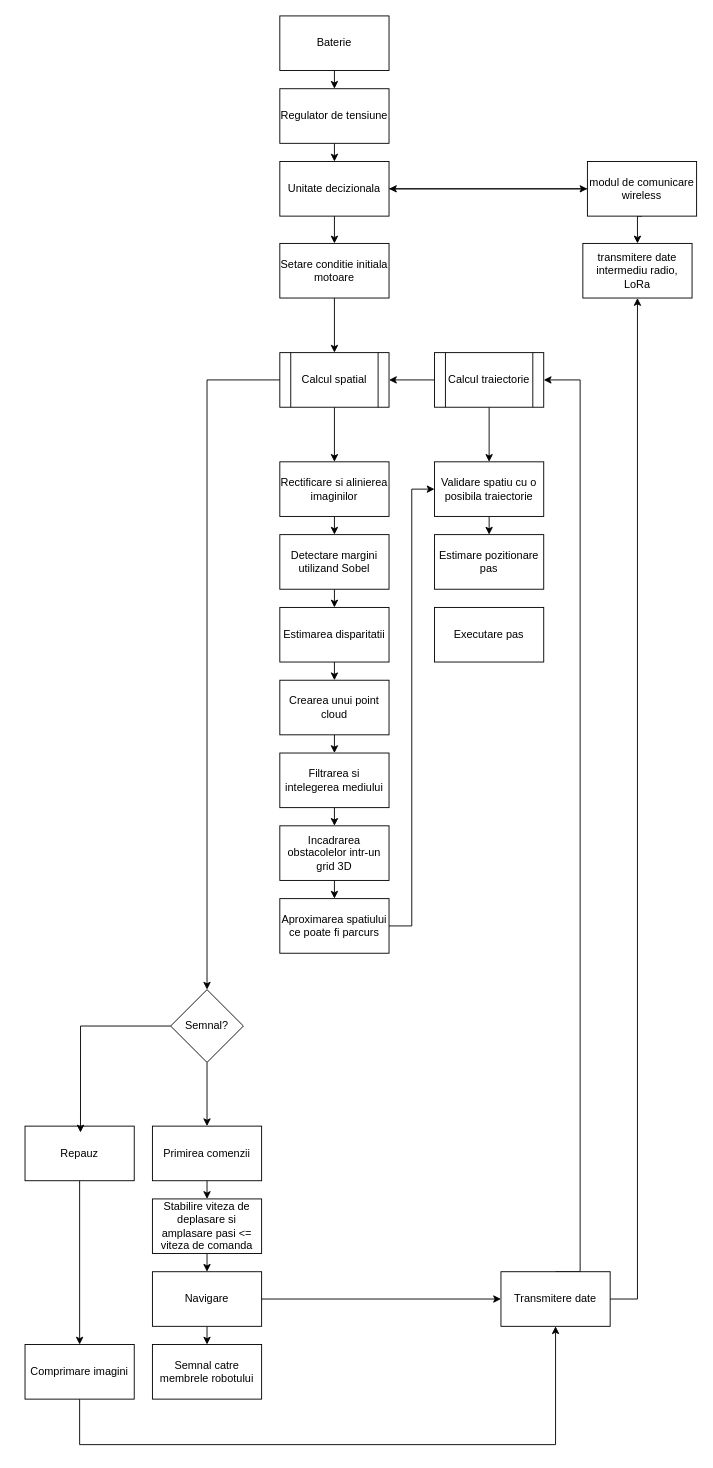
Before: schema-concept.drawio in PumpKPie/quadruped-development, a draw.io diagram. Source tidied: cells renumbered, new cells numbered last; positions are measured from the earlier drawing's top-left corner, leaving out a move shared by most shapes. Both pictures are drawn from the tidied source at 91%, with x=0, y=0 at pixel (25, 15).
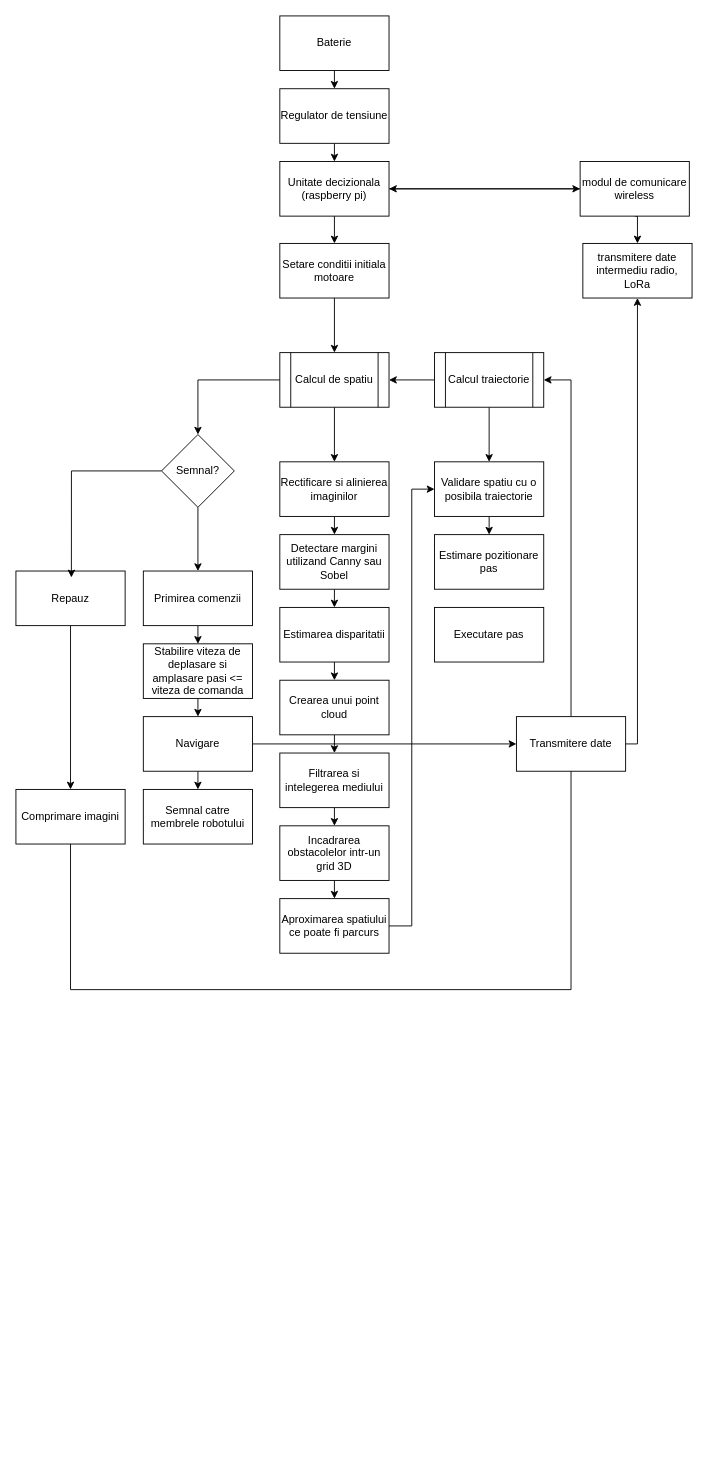
The same diagram, later.

The change refers to these unchanged cells:
```xml
<mxCell id="39" value="transmitere date intermediu radio, LoRa" style="rounded=0;whiteSpace=wrap;html=1;" parent="1" vertex="1">
  <mxGeometry x="613" y="250" width="120" height="60" as="geometry" />
</mxCell>
<mxCell id="49" value="Calcul traiectorie" style="shape=process;whiteSpace=wrap;html=1;backgroundOutline=1;" parent="1" vertex="1">
  <mxGeometry x="450" y="370" width="120" height="60" as="geometry" />
</mxCell>
```

The edit, as a diff of the source:
```diff
@@
-    <mxCell id="4" value="Unitate decizionala" style="rounded=0;whiteSpace=wrap;html=1;" parent="1" vertex="1">
+    <mxCell id="4" value="Unitate decizionala (raspberry pi)" style="rounded=0;whiteSpace=wrap;html=1;" parent="1" vertex="1">
       <mxGeometry x="280" y="160" width="120" height="60" as="geometry" />
     </mxCell>
@@
-    <mxCell id="8" value="Detectare margini utilizand Sobel" style="rounded=0;whiteSpace=wrap;html=1;" parent="1" vertex="1">
+    <mxCell id="8" value="Detectare margini utilizand Canny sau Sobel" style="rounded=0;whiteSpace=wrap;html=1;" parent="1" vertex="1">
       <mxGeometry x="280" y="570" width="120" height="60" as="geometry" />
     </mxCell>
@@
     <mxCell id="20" value="Primirea comenzii" style="rounded=0;whiteSpace=wrap;html=1;" parent="1" vertex="1">
-      <mxGeometry x="140" y="1220" width="120" height="60" as="geometry" />
+      <mxGeometry x="130" y="610" width="120" height="60" as="geometry" />
     </mxCell>
@@
     <mxCell id="22" style="edgeStyle=orthogonalEdgeStyle;rounded=0;jettySize=auto;html=1;exitX=1;exitY=0.5;exitDx=0;exitDy=0;entryX=0;entryY=0.5;entryDx=0;entryDy=0;" parent="1" edge="1" source="23" target="46">
-      <mxGeometry relative="1" as="geometry" />
+      <mxGeometry relative="1" as="geometry">
+        <Array as="points">
+          <mxPoint x="490" y="800" />
+          <mxPoint x="490" y="800" />
+        </Array>
+      </mxGeometry>
     </mxCell>
     <mxCell id="23" value="Navigare" style="rounded=0;whiteSpace=wrap;html=1;" parent="1" vertex="1">
-      <mxGeometry x="140" y="1380" width="120" height="60" as="geometry" />
+      <mxGeometry x="130" y="770" width="120" height="60" as="geometry" />
     </mxCell>
     <mxCell id="24" value="Semnal catre membrele robotului" style="rounded=0;whiteSpace=wrap;html=1;" parent="1" vertex="1">
-      <mxGeometry x="140" y="1460" width="120" height="60" as="geometry" />
+      <mxGeometry x="130" y="850" width="120" height="60" as="geometry" />
     </mxCell>
@@
     <mxCell id="26" value="Semnal?" style="rhombus;whiteSpace=wrap;html=1;" parent="1" vertex="1">
-      <mxGeometry x="160" y="1070" width="80" height="80" as="geometry" />
+      <mxGeometry x="150" y="460" width="80" height="80" as="geometry" />
     </mxCell>
@@
     <mxCell id="28" value="Repauz" style="rounded=0;whiteSpace=wrap;html=1;" parent="1" vertex="1">
-      <mxGeometry y="1220" width="120" height="60" as="geometry" />
+      <mxGeometry x="-10" y="610" width="120" height="60" as="geometry" />
     </mxCell>
@@
-    <mxCell id="30" style="edgeStyle=orthogonalEdgeStyle;rounded=0;jettySize=auto;html=1;exitX=0.5;exitY=1;exitDx=0;exitDy=0;entryX=0.5;entryY=1;entryDx=0;entryDy=0;" parent="1" edge="1" source="31" target="46">
+    <mxCell id="30" style="edgeStyle=orthogonalEdgeStyle;rounded=0;orthogonalLoop=1;jettySize=auto;html=1;exitX=0.5;exitY=1;exitDx=0;exitDy=0;entryX=0.5;entryY=1;entryDx=0;entryDy=0;" parent="1" edge="1">
       <mxGeometry relative="1" as="geometry">
+        <mxPoint x="50" y="880" as="sourcePoint" />
+        <mxPoint x="600" y="800" as="targetPoint" />
         <Array as="points">
-          <mxPoint x="60" y="1570" />
-          <mxPoint x="583" y="1570" />
+          <mxPoint x="50" y="1070" />
+          <mxPoint x="600" y="1070" />
         </Array>
       </mxGeometry>
     </mxCell>
     <mxCell id="31" value="Comprimare imagini" style="rounded=0;whiteSpace=wrap;html=1;" parent="1" vertex="1">
-      <mxGeometry y="1460" width="120" height="60" as="geometry" />
+      <mxGeometry x="-10" y="850" width="120" height="60" as="geometry" />
     </mxCell>
@@
     <mxCell id="36" value="modul de comunicare wireless" style="rounded=0;whiteSpace=wrap;html=1;" parent="1" vertex="1">
-      <mxGeometry x="618" y="160" width="120" height="60" as="geometry" />
+      <mxGeometry x="610" y="160" width="120" height="60" as="geometry" />
     </mxCell>
@@
     <mxCell id="41" value="Stabilire viteza de deplasare si amplasare pasi &amp;lt;= viteza de comanda" style="rounded=0;whiteSpace=wrap;html=1;" parent="1" vertex="1">
-      <mxGeometry x="140" y="1300" width="120" height="60" as="geometry" />
+      <mxGeometry x="130" y="690" width="120" height="60" as="geometry" />
     </mxCell>
@@
-    <mxCell id="43" value="Setare conditie initiala motoare" style="rounded=0;whiteSpace=wrap;html=1;" parent="1" vertex="1">
+    <mxCell id="43" value="Setare conditii initiala motoare" style="rounded=0;whiteSpace=wrap;html=1;" parent="1" vertex="1">
       <mxGeometry x="280" y="250" width="120" height="60" as="geometry" />
     </mxCell>
     <mxCell id="44" style="edgeStyle=orthogonalEdgeStyle;rounded=0;jettySize=auto;html=1;exitX=0.5;exitY=0;exitDx=0;exitDy=0;entryX=1;entryY=0.5;entryDx=0;entryDy=0;" parent="1" edge="1" source="46" target="49">
       <mxGeometry relative="1" as="geometry">
         <Array as="points">
-          <mxPoint x="610" y="1380" />
-          <mxPoint x="610" y="400" />
+          <mxPoint x="600" y="400" />
         </Array>
       </mxGeometry>
     </mxCell>
     <mxCell id="45" style="edgeStyle=orthogonalEdgeStyle;rounded=0;jettySize=auto;html=1;exitX=1;exitY=0.5;exitDx=0;exitDy=0;entryX=0.5;entryY=1;entryDx=0;entryDy=0;" parent="1" edge="1" source="46" target="39">
-      <mxGeometry relative="1" as="geometry" />
+      <mxGeometry relative="1" as="geometry">
+        <Array as="points">
+          <mxPoint x="673" y="800" />
+        </Array>
+      </mxGeometry>
     </mxCell>
     <mxCell id="46" value="Transmitere date" style="rounded=0;whiteSpace=wrap;html=1;" parent="1" vertex="1">
-      <mxGeometry x="523" y="1380" width="120" height="60" as="geometry" />
+      <mxGeometry x="540" y="770" width="120" height="60" as="geometry" />
     </mxCell>
@@
-    <mxCell id="52" value="Calcul spatial" style="shape=process;whiteSpace=wrap;html=1;backgroundOutline=1;" parent="1" vertex="1">
+    <mxCell id="52" value="Calcul de spatiu" style="shape=process;whiteSpace=wrap;html=1;backgroundOutline=1;" parent="1" vertex="1">
       <mxGeometry x="280" y="370" width="120" height="60" as="geometry" />
     </mxCell>
```
